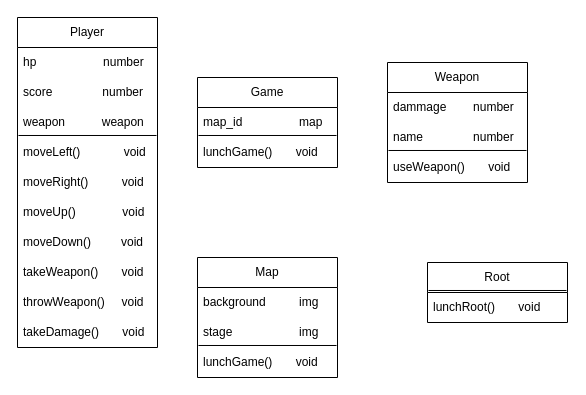
Before: Conception/UML_class.drawio in Hugo652-droid/ProjetDev1_StickFight_AmaelHugo, a draw.io diagram. Source tidied: cells renumbered, new cells numbered last; positions are measured from the earlier drawing's top-left corner, leaving out a move shared by most shapes. Both pictures are drawn from the tidied source at 100%, with x=0, y=0 at pixel (17, 17).
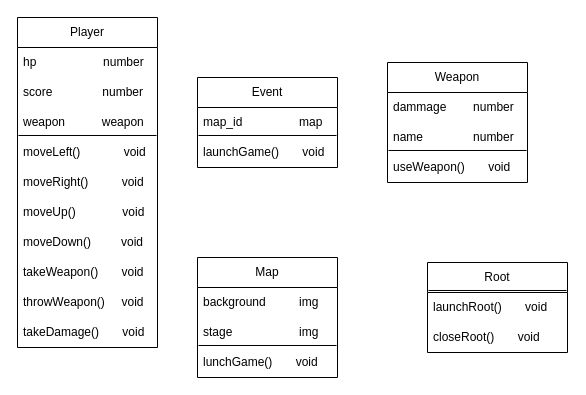
The same diagram, later.

Commit message (it also covers changes not shown here):
Add class player

Diff of the diagram source:
```diff
@@
-    <mxCell id="19" value="Game" style="swimlane;fontStyle=0;horizontal=1;startSize=30;whiteSpace=wrap;html=1;" parent="1" vertex="1">
+    <mxCell id="19" value="Event" style="swimlane;fontStyle=0;horizontal=1;startSize=30;whiteSpace=wrap;html=1;" parent="1" vertex="1">
       <mxGeometry x="180" y="60" width="140" height="90" as="geometry" />
     </mxCell>
@@
-    <mxCell id="22" value="lunchGame()&amp;nbsp; &amp;nbsp; &amp;nbsp; &amp;nbsp;void" style="text;strokeColor=none;fillColor=none;align=left;verticalAlign=middle;spacingLeft=4;spacingRight=4;overflow=hidden;points=[[0,0.5],[1,0.5]];portConstraint=eastwest;whiteSpace=wrap;html=1;" parent="19" vertex="1">
+    <mxCell id="22" value="launchGame()&amp;nbsp; &amp;nbsp; &amp;nbsp; &amp;nbsp;void" style="text;strokeColor=none;fillColor=none;align=left;verticalAlign=middle;spacingLeft=4;spacingRight=4;overflow=hidden;points=[[0,0.5],[1,0.5]];portConstraint=eastwest;whiteSpace=wrap;html=1;" parent="19" vertex="1">
       <mxGeometry y="60" width="140" height="30" as="geometry" />
     </mxCell>
@@
     <mxCell id="28" value="Root" style="swimlane;fontStyle=0;horizontal=1;startSize=30;whiteSpace=wrap;html=1;" parent="1" vertex="1">
-      <mxGeometry x="410" y="245" width="140" height="60" as="geometry" />
+      <mxGeometry x="410" y="245" width="140" height="90" as="geometry" />
     </mxCell>
@@
-    <mxCell id="30" value="lunchRoot()&amp;nbsp; &amp;nbsp; &amp;nbsp; &amp;nbsp;void" style="text;strokeColor=none;fillColor=none;align=left;verticalAlign=middle;spacingLeft=4;spacingRight=4;overflow=hidden;points=[[0,0.5],[1,0.5]];portConstraint=eastwest;whiteSpace=wrap;html=1;" parent="28" vertex="1">
+    <mxCell id="30" value="launchRoot()&amp;nbsp; &amp;nbsp; &amp;nbsp; &amp;nbsp;void" style="text;strokeColor=none;fillColor=none;align=left;verticalAlign=middle;spacingLeft=4;spacingRight=4;overflow=hidden;points=[[0,0.5],[1,0.5]];portConstraint=eastwest;whiteSpace=wrap;html=1;" parent="28" vertex="1">
       <mxGeometry y="30" width="140" height="30" as="geometry" />
     </mxCell>
+    <mxCell id="31" value="closeRoot()&amp;nbsp; &amp;nbsp; &amp;nbsp; &amp;nbsp;void" style="text;strokeColor=none;fillColor=none;align=left;verticalAlign=middle;spacingLeft=4;spacingRight=4;overflow=hidden;whiteSpace=wrap;html=1;" parent="28" vertex="1">
+      <mxGeometry y="60" width="140" height="30" as="geometry" />
+    </mxCell>
```
